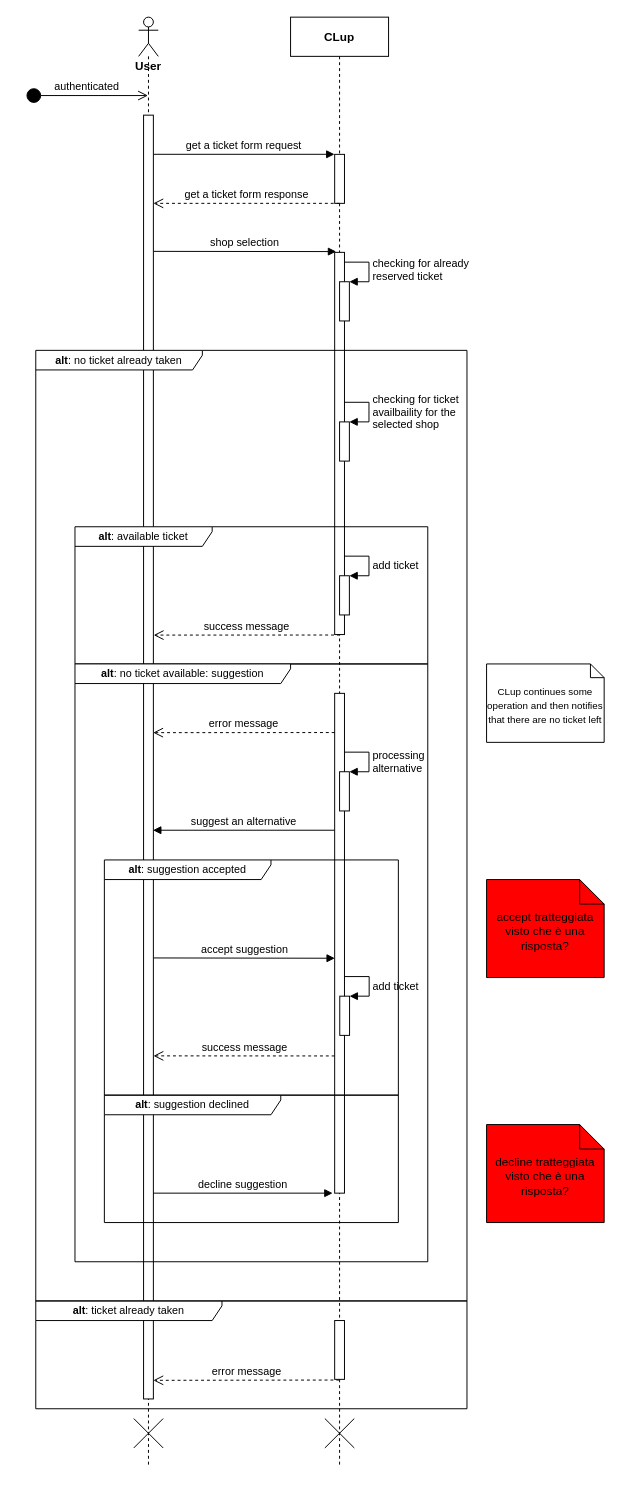
The draw.io diagram RASD/assets/sequence_diagrams/UC3-4 diagram.drawio in CosimoSguanci/SguanciSpataforaVergani-RASD-DD-ingsw2, before the edit. Source tidied: cells renumbered, new cells numbered last; positions are measured from the earlier drawing's top-left corner, leaving out a move shared by most shapes. Both pictures are drawn from the tidied source at 98%, with x=0, y=0 at pixel (25, 17).
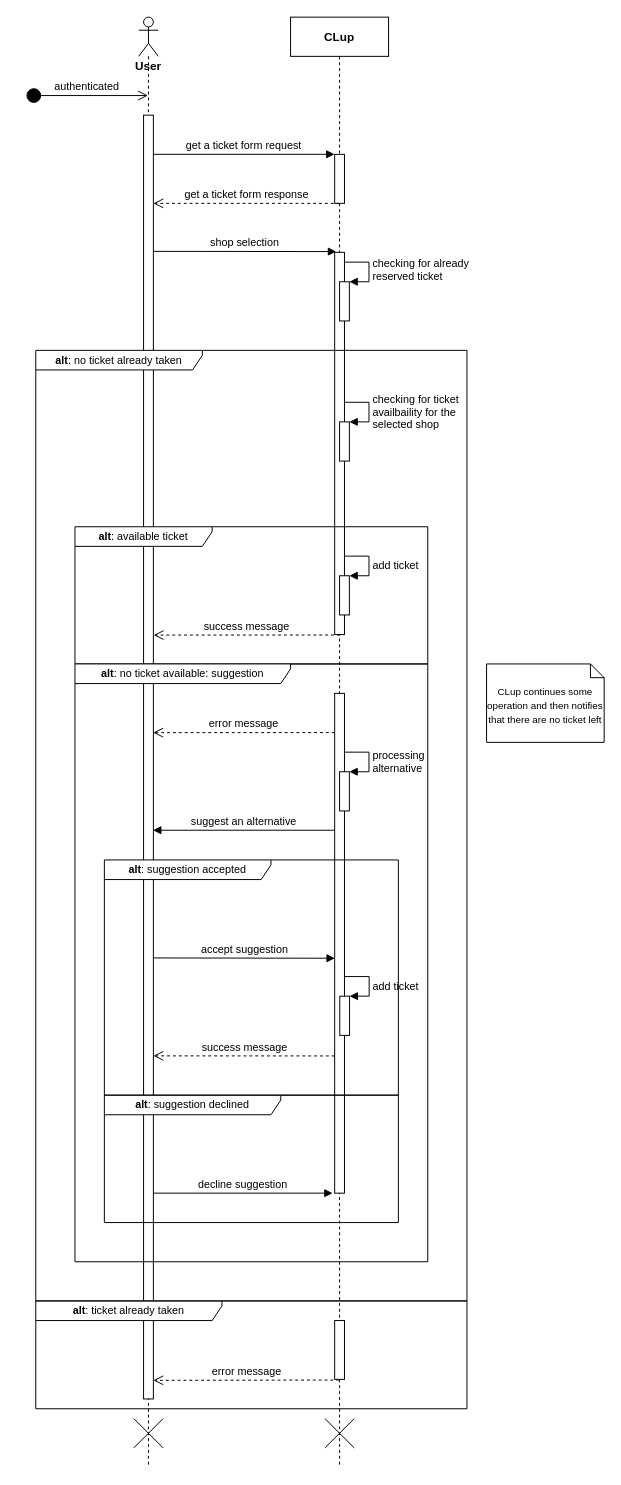
Above is the later version.

Change to the diagram source:
```diff
@@
-    <mxCell id="41" value="accept tratteggiata visto che è una risposta?" style="shape=note2;boundedLbl=1;whiteSpace=wrap;html=1;size=25;verticalAlign=top;align=center;fillColor=#FF0000;" parent="1" vertex="1">
-      <mxGeometry x="470" y="880" width="120" height="100" as="geometry" />
-    </mxCell>
-    <mxCell id="42" value="decline tratteggiata visto che è una risposta?" style="shape=note2;boundedLbl=1;whiteSpace=wrap;html=1;size=25;verticalAlign=top;align=center;fillColor=#FF0000;" parent="1" vertex="1">
-      <mxGeometry x="470" y="1130" width="120" height="100" as="geometry" />
-    </mxCell>
```
